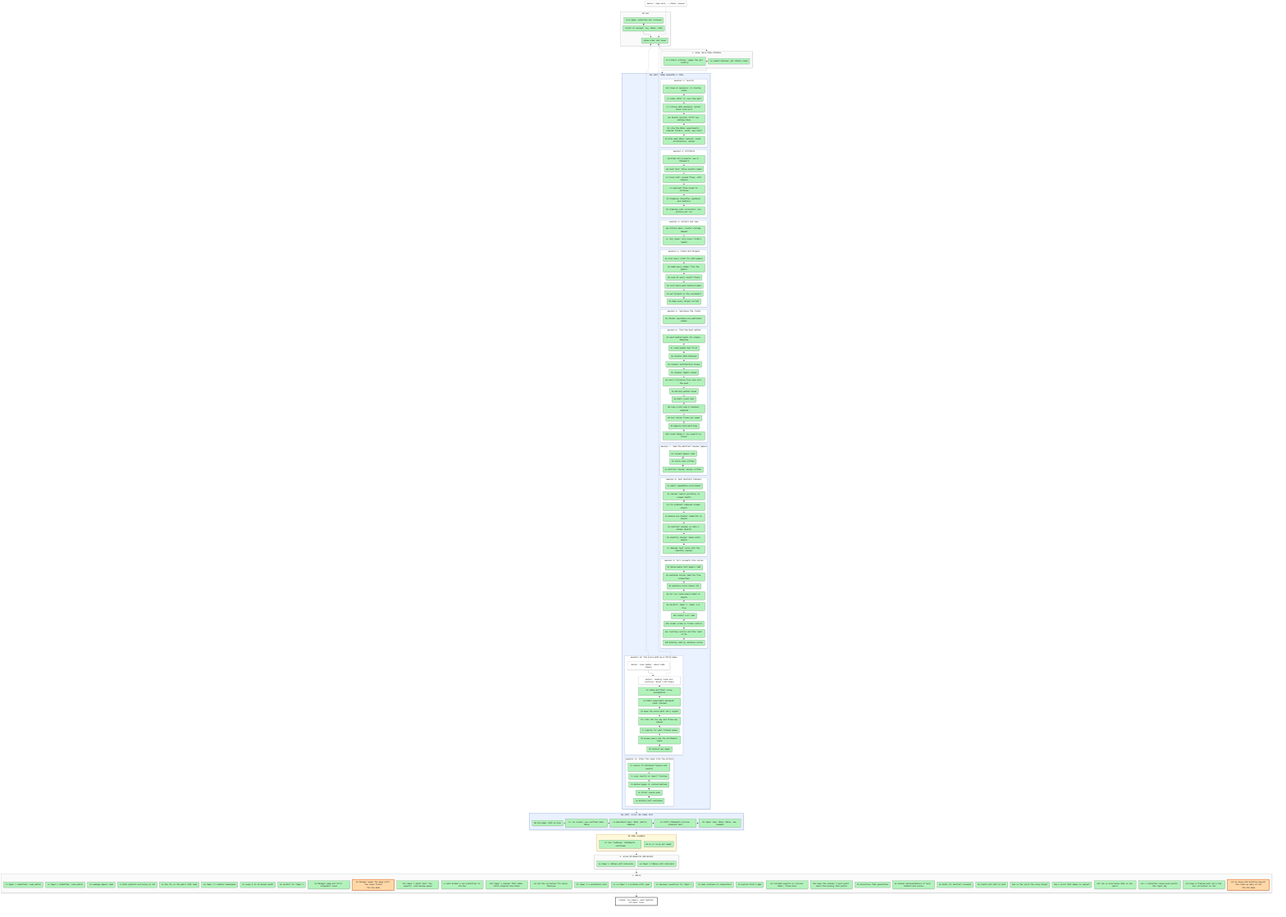
mo-rsa24/concept-composition keeps this Mermaid diagram as artifacts/notes/progress/map.png. Above is the earlier version. Its source is kept beside it as artifacts/notes/progress/map.mmd.
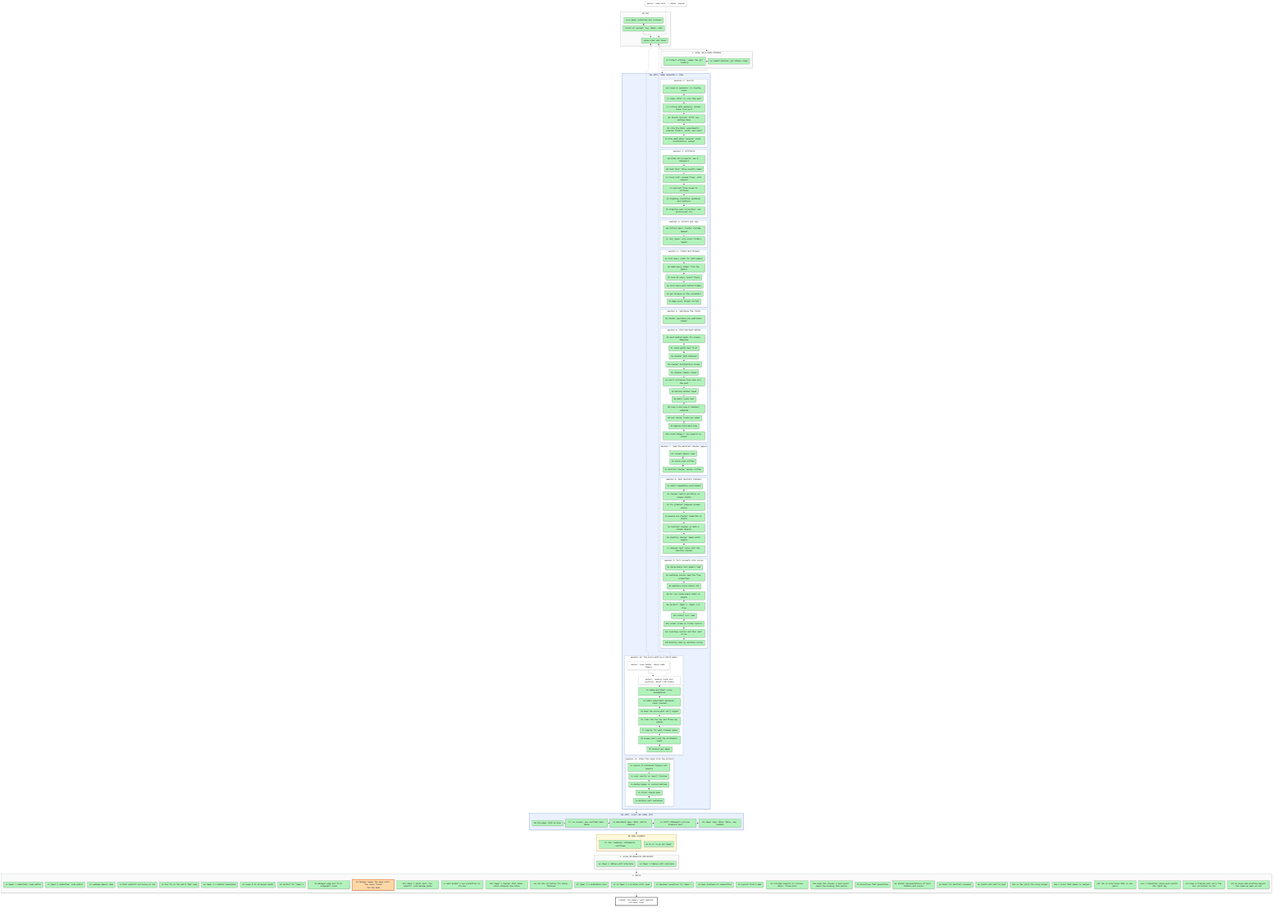
After the change.

Commit message:
Loop 12 closes: Z13 done (null); where-loop-12-ends extended through Z12 and Z13; map and board

Diff of the diagram source:
```diff
@@ -74,7 +74,7 @@
   end
   subgraph SF["F. WRITE"]
     direction LR
-    F1["F1 Paper 1 submitted, code public"]:::done ~~~ F2["F2 Paper 2 submitted, code public"]:::done ~~~ Z1["Z1 Leakage papers read"]:::done ~~~ Z2["Z2 What predicts borrowing on CO3"]:::done ~~~ Z3["Z3 One fix on the pairs that leak"]:::done ~~~ Z4["Z4 Paper 2's method redesigned"]:::done ~~~ Z5["Z5 Loops 8 to 10 design audit"]:::done ~~~ Z6["Z6 Verdict for Paper 2"]:::done ~~~ N1["N1 Manager page and first alignment round"]:::done ~~~ N2["N2 Manager keeps the page until the loops finish<br/>YOU ARE HERE"]:::doing ~~~ M11["M11 Paper 1 digit test: the experts' vote beside paste"]:::done ~~~ Z7["Z7 Each animal's own prediction in its box"]:::done ~~~ M12["M12 Paper 2 checker that reads which subjects are drawn"]:::done ~~~ Z8["Z8 Can the correction fix known failures"]:::done ~~~ K7["K7 Paper 1's evaluation plan"]:::done ~~~ G1["G1 Is Paper 2's problem still open"]:::done ~~~ G2["G2 Reviewer questions for Paper 1"]:::done ~~~ G3["G3 Open problems in composition"]:::done ~~~ G4["G4 Exploit DCFM's gaps"]:::done ~~~ Z9["Z9 Finished experts on Colored MNIST, three arms"]:::done ~~~ M13["M13 Does the checker's push point where the missing term points"]:::done ~~~ H1["H1 Directions that generalise"]:::done ~~~ H2["H2 Shared representations of text, latents and scores"]:::done ~~~ H3["H3 Dials for abstract concepts"]:::done ~~~ H4["H4 Limits and what to test"]:::done ~~~ M14["M14 Is the joint the wrong target"]:::done ~~~ M15["M15 A score that names no subject"]:::done ~~~ Z10["Z10 The co-occurrence dial on new pairs"]:::done ~~~ Z11["Z11 A classifier whose push points the right way"]:::done ~~~ Z12["Z12 Does a trained push carry the box correction on CO3"]:::done ~~~ Z13["Z13 Do boxes add anything beyond the clean-up pass on CO3<br/>YOU ARE HERE"]:::doing
+    F1["F1 Paper 1 submitted, code public"]:::done ~~~ F2["F2 Paper 2 submitted, code public"]:::done ~~~ Z1["Z1 Leakage papers read"]:::done ~~~ Z2["Z2 What predicts borrowing on CO3"]:::done ~~~ Z3["Z3 One fix on the pairs that leak"]:::done ~~~ Z4["Z4 Paper 2's method redesigned"]:::done ~~~ Z5["Z5 Loops 8 to 10 design audit"]:::done ~~~ Z6["Z6 Verdict for Paper 2"]:::done ~~~ N1["N1 Manager page and first alignment round"]:::done ~~~ N2["N2 Manager keeps the page until the loops finish<br/>YOU ARE HERE"]:::doing ~~~ M11["M11 Paper 1 digit test: the experts' vote beside paste"]:::done ~~~ Z7["Z7 Each animal's own prediction in its box"]:::done ~~~ M12["M12 Paper 2 checker that reads which subjects are drawn"]:::done ~~~ Z8["Z8 Can the correction fix known failures"]:::done ~~~ K7["K7 Paper 1's evaluation plan"]:::done ~~~ G1["G1 Is Paper 2's problem still open"]:::done ~~~ G2["G2 Reviewer questions for Paper 1"]:::done ~~~ G3["G3 Open problems in composition"]:::done ~~~ G4["G4 Exploit DCFM's gaps"]:::done ~~~ Z9["Z9 Finished experts on Colored MNIST, three arms"]:::done ~~~ M13["M13 Does the checker's push point where the missing term points"]:::done ~~~ H1["H1 Directions that generalise"]:::done ~~~ H2["H2 Shared representations of text, latents and scores"]:::done ~~~ H3["H3 Dials for abstract concepts"]:::done ~~~ H4["H4 Limits and what to test"]:::done ~~~ M14["M14 Is the joint the wrong target"]:::done ~~~ M15["M15 A score that names no subject"]:::done ~~~ Z10["Z10 The co-occurrence dial on new pairs"]:::done ~~~ Z11["Z11 A classifier whose push points the right way"]:::done ~~~ Z12["Z12 Does a trained push carry the box correction on CO3"]:::done ~~~ Z13["Z13 Do boxes add anything beyond the clean-up pass on CO3"]:::done
   end
   GOAL["FINISH: two papers, each beating its best rival"]:::goal
   X0["Detour: idea walk, 7 claims, paused"]:::detour -.-> P2
```
